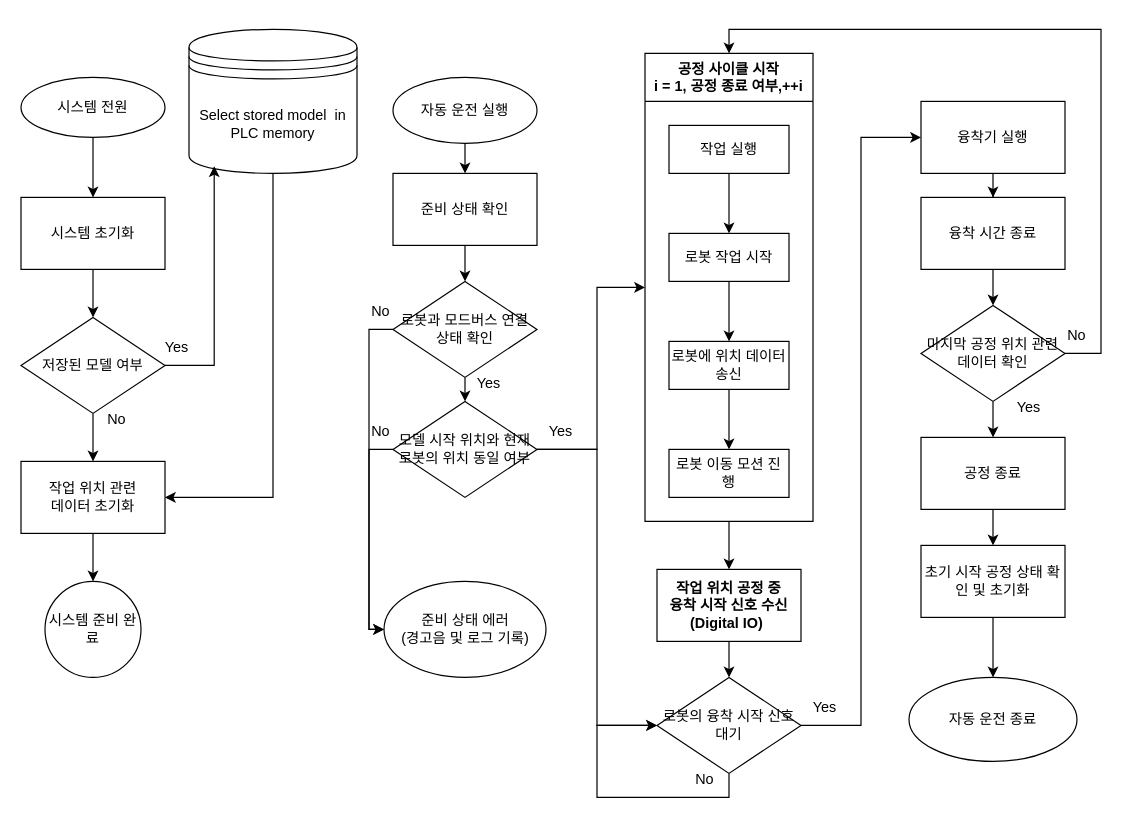
Before: auto-system flowchart(summary).drawio in LeeJuMyeong/Documents, a draw.io diagram. Source tidied: cells renumbered, new cells numbered last; positions are measured from the earlier drawing's top-left corner, leaving out a move shared by most shapes. Both pictures are drawn from the tidied source at 120%, with x=0, y=0 at pixel (20, 29).
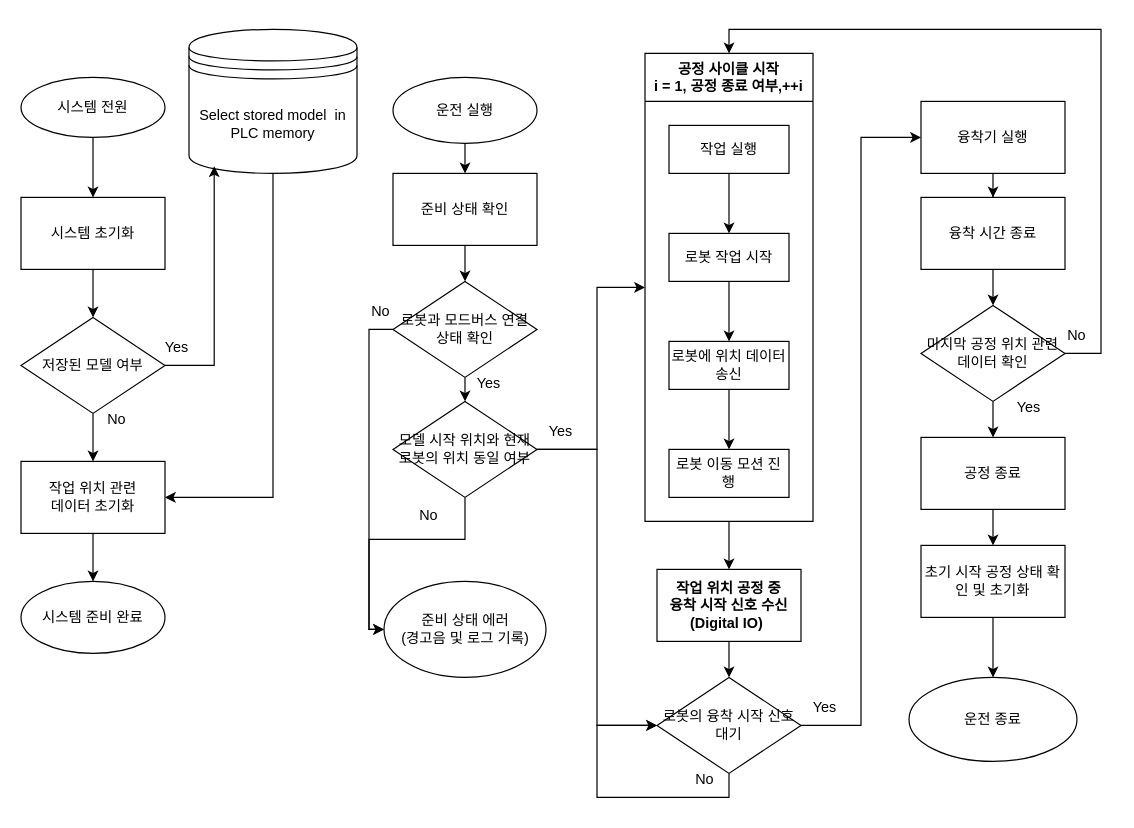
The same page after the edit.

The change refers to these unchanged cells:
```xml
<mxCell id="22" value="준비 상태 에러&lt;br&gt;(경고음 및 로그 기록)" style="ellipse;whiteSpace=wrap;html=1;" parent="1" vertex="1">
  <mxGeometry x="302.5" y="460" width="135" height="80" as="geometry" />
</mxCell>
<mxCell id="28" value="모델 시작 위치와 현재 로봇의 위치 동일 여부" style="rhombus;whiteSpace=wrap;html=1;" parent="1" vertex="1">
  <mxGeometry x="310" y="310" width="120" height="80" as="geometry" />
</mxCell>
```

Change to the diagram source:
```diff
@@
     <mxCell id="15" value="시스템 준비 완료" style="ellipse;whiteSpace=wrap;html=1;rounded=0;" parent="1" vertex="1">
-      <mxGeometry x="20" y="460" width="80" height="80" as="geometry" />
+      <mxGeometry y="460" width="120" height="60" as="geometry" />
     </mxCell>
@@
-    <mxCell id="17" value="자동 운전 실행" style="ellipse;whiteSpace=wrap;html=1;" parent="1" vertex="1">
+    <mxCell id="17" value="운전 실행" style="ellipse;whiteSpace=wrap;html=1;" parent="1" vertex="1">
       <mxGeometry x="310" y="40" width="120" height="55" as="geometry" />
     </mxCell>
@@
-    <mxCell id="25" style="edgeStyle=orthogonalEdgeStyle;rounded=0;jettySize=auto;html=1;entryX=0;entryY=0.5;entryDx=0;entryDy=0;exitX=0;exitY=0.5;exitDx=0;exitDy=0;" parent="1" edge="1" source="28" target="22">
-      <mxGeometry relative="1" as="geometry" />
+    <mxCell id="25" style="edgeStyle=orthogonalEdgeStyle;rounded=0;jettySize=auto;html=1;entryX=0;entryY=0.5;entryDx=0;entryDy=0;exitX=0.5;exitY=1;exitDx=0;exitDy=0;" parent="1" edge="1" source="28" target="22">
+      <mxGeometry relative="1" as="geometry">
+        <Array as="points">
+          <mxPoint x="370" y="425" />
+          <mxPoint x="290" y="425" />
+          <mxPoint x="290" y="500" />
+        </Array>
+      </mxGeometry>
     </mxCell>
@@
     <mxCell id="40" value="No" style="text;html=1;strokeColor=none;fillColor=none;align=center;verticalAlign=middle;whiteSpace=wrap;rounded=0;" parent="1" vertex="1">
-      <mxGeometry x="270" y="320" width="60" height="30" as="geometry" />
+      <mxGeometry x="310" y="390" width="60" height="30" as="geometry" />
     </mxCell>
@@
-    <mxCell id="61" value="자동 운전 종료" style="ellipse;whiteSpace=wrap;html=1;rounded=0;" parent="1" vertex="1">
+    <mxCell id="61" value="운전 종료" style="ellipse;whiteSpace=wrap;html=1;rounded=0;" parent="1" vertex="1">
       <mxGeometry x="740" y="540" width="140" height="70" as="geometry" />
     </mxCell>
```
